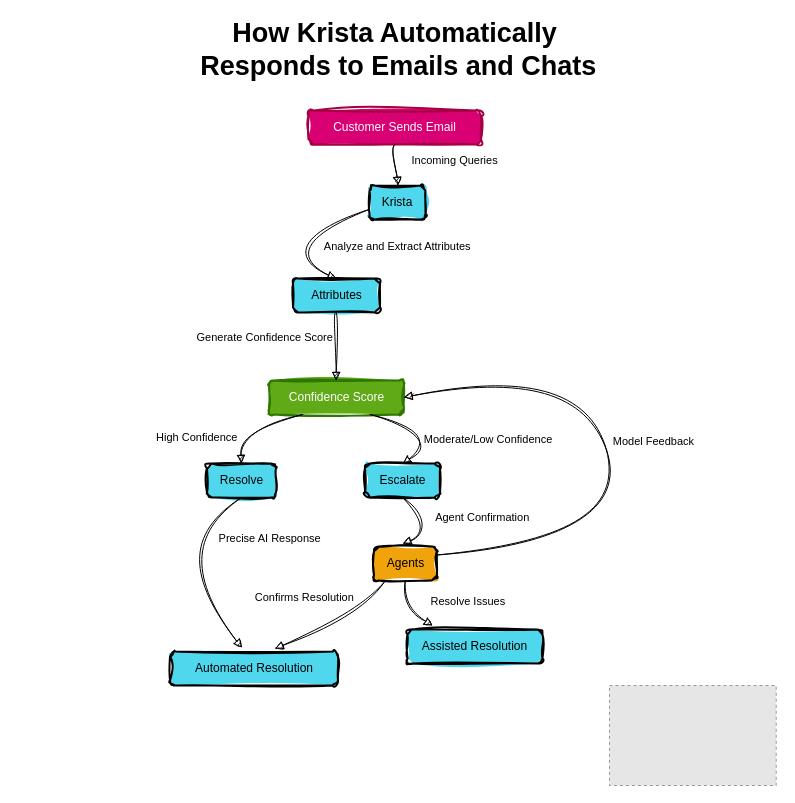
Earlier version of the draw.io diagram AI email reader.drawio (thescottking/Draw.io-Sketches). Source tidied: cells renumbered, new cells numbered last; positions are measured from the earlier drawing's top-left corner, leaving out a move shared by most shapes. Both pictures are drawn from the tidied source at 100%, with x=0, y=0 at pixel (160, 29). Pictures stored in the file or linked from it are replaced by grey dashed boxes.
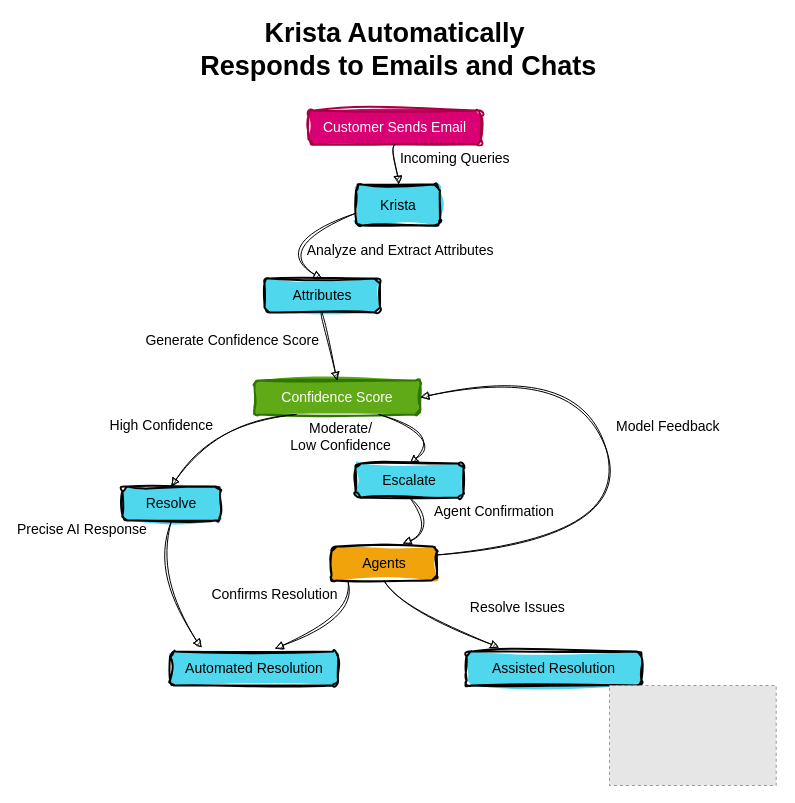
After the change.

Change to the diagram source:
```diff
@@
-    <mxCell id="2" value="Customer Sends Email" style="whiteSpace=wrap;strokeWidth=2;labelBackgroundColor=none;sketch=1;curveFitting=1;jiggle=2;rounded=1;fillColor=#d80073;fontColor=#ffffff;strokeColor=#A50040;fillStyle=solid;" parent="1" vertex="1">
+    <mxCell id="2" value="Customer Sends Email" style="whiteSpace=wrap;strokeWidth=2;labelBackgroundColor=none;sketch=1;curveFitting=1;jiggle=2;rounded=1;fillColor=#d80073;fontColor=#ffffff;strokeColor=#A50040;fillStyle=solid;fontSize=14;" parent="1" vertex="1">
       <mxGeometry x="148" y="81" width="172.5" height="34" as="geometry" />
     </mxCell>
-    <mxCell id="3" value="Krista" style="whiteSpace=wrap;strokeWidth=2;labelBackgroundColor=none;sketch=1;curveFitting=1;jiggle=2;rounded=1;fillStyle=solid;fillColor=#4fd7ed;" parent="1" vertex="1">
-      <mxGeometry x="209" y="156" width="56" height="34" as="geometry" />
+    <mxCell id="3" value="Krista" style="whiteSpace=wrap;strokeWidth=2;labelBackgroundColor=none;sketch=1;curveFitting=1;jiggle=2;rounded=1;fillStyle=solid;fillColor=#4fd7ed;fontSize=14;" parent="1" vertex="1">
+      <mxGeometry x="195.5" y="155" width="84" height="41" as="geometry" />
     </mxCell>
-    <mxCell id="4" value="Attributes" style="whiteSpace=wrap;strokeWidth=2;labelBackgroundColor=none;sketch=1;curveFitting=1;jiggle=2;rounded=1;fillColor=#4FD7ED;fillStyle=solid;" parent="1" vertex="1">
-      <mxGeometry x="132.5" y="249" width="87" height="34" as="geometry" />
+    <mxCell id="4" value="Attributes" style="whiteSpace=wrap;strokeWidth=2;labelBackgroundColor=none;sketch=1;curveFitting=1;jiggle=2;rounded=1;fillColor=#4FD7ED;fillStyle=solid;fontSize=14;" parent="1" vertex="1">
+      <mxGeometry x="104" y="249" width="115.5" height="34" as="geometry" />
     </mxCell>
-    <mxCell id="5" value="Confidence Score" style="whiteSpace=wrap;strokeWidth=2;labelBackgroundColor=none;sketch=1;curveFitting=1;jiggle=2;rounded=1;fillColor=#60a917;fontColor=#ffffff;strokeColor=#2D7600;fillStyle=solid;" parent="1" vertex="1">
-      <mxGeometry x="108.5" y="351" width="135" height="34" as="geometry" />
+    <mxCell id="5" value="Confidence Score" style="whiteSpace=wrap;strokeWidth=2;labelBackgroundColor=none;sketch=1;curveFitting=1;jiggle=2;rounded=1;fillColor=#60a917;fontColor=#ffffff;strokeColor=#2D7600;fillStyle=solid;fontSize=14;" parent="1" vertex="1">
+      <mxGeometry x="94" y="351" width="166" height="34" as="geometry" />
     </mxCell>
-    <mxCell id="6" value="Resolve" style="whiteSpace=wrap;strokeWidth=2;labelBackgroundColor=none;sketch=1;curveFitting=1;jiggle=2;rounded=1;fillColor=#4fd7ed;fontColor=#050505;strokeColor=#050505;fillStyle=solid;" parent="1" vertex="1">
-      <mxGeometry x="46.5" y="434" width="69" height="34" as="geometry" />
+    <mxCell id="6" value="Resolve" style="whiteSpace=wrap;strokeWidth=2;labelBackgroundColor=none;sketch=1;curveFitting=1;jiggle=2;rounded=1;fillColor=#4fd7ed;fontColor=#050505;strokeColor=#050505;fillStyle=solid;fontSize=14;" parent="1" vertex="1">
+      <mxGeometry x="-38" y="457" width="98" height="34" as="geometry" />
     </mxCell>
-    <mxCell id="7" value="Agents" style="whiteSpace=wrap;strokeWidth=2;labelBackgroundColor=none;sketch=1;curveFitting=1;jiggle=2;rounded=1;fillColor=#f0a30a;fontColor=#000000;strokeColor=#000000;fillStyle=solid;" parent="1" vertex="1">
-      <mxGeometry x="213.5" y="517" width="63" height="34" as="geometry" />
+    <mxCell id="7" value="Agents" style="whiteSpace=wrap;strokeWidth=2;labelBackgroundColor=none;sketch=1;curveFitting=1;jiggle=2;rounded=1;fillColor=#f0a30a;fontColor=#000000;strokeColor=#000000;fillStyle=solid;fontSize=14;" parent="1" vertex="1">
+      <mxGeometry x="171" y="517" width="105.5" height="34" as="geometry" />
     </mxCell>
-    <mxCell id="8" value="Automated Resolution" style="whiteSpace=wrap;strokeWidth=2;labelBackgroundColor=none;sketch=1;curveFitting=1;jiggle=2;rounded=1;fillColor=#4FD7ED;fillStyle=solid;" parent="1" vertex="1">
+    <mxCell id="8" value="Automated Resolution" style="whiteSpace=wrap;strokeWidth=2;labelBackgroundColor=none;sketch=1;curveFitting=1;jiggle=2;rounded=1;fillColor=#4FD7ED;fillStyle=solid;fontSize=14;" parent="1" vertex="1">
       <mxGeometry x="9.5" y="622" width="168" height="34" as="geometry" />
     </mxCell>
-    <mxCell id="9" value="Assisted Resolution" style="whiteSpace=wrap;strokeWidth=2;labelBackgroundColor=none;sketch=1;curveFitting=1;jiggle=2;rounded=1;fillColor=#4FD7ED;fillStyle=solid;" parent="1" vertex="1">
-      <mxGeometry x="247" y="600" width="135" height="34" as="geometry" />
+    <mxCell id="9" value="Assisted Resolution" style="whiteSpace=wrap;strokeWidth=2;labelBackgroundColor=none;sketch=1;curveFitting=1;jiggle=2;rounded=1;fillColor=#4FD7ED;fillStyle=solid;fontSize=14;" parent="1" vertex="1">
+      <mxGeometry x="306" y="622" width="175" height="34" as="geometry" />
     </mxCell>
-    <mxCell id="10" value="Incoming Queries" style="curved=1;startArrow=none;endArrow=block;exitX=0.49966271335341367;exitY=0.9852941176470589;entryX=0.5074288504464286;entryY=0;rounded=1;labelBackgroundColor=none;fontColor=default;sketch=1;curveFitting=1;jiggle=2;" parent="1" edge="1" source="2" target="3">
+    <mxCell id="10" value="Incoming Queries" style="curved=1;startArrow=none;endArrow=block;exitX=0.49966271335341367;exitY=0.9852941176470589;entryX=0.5074288504464286;entryY=0;rounded=1;labelBackgroundColor=none;fontColor=default;sketch=1;curveFitting=1;jiggle=2;fontSize=14;" parent="1" edge="1" source="2" target="3">
       <mxGeometry x="-0.04" y="59" relative="1" as="geometry" />
     </mxCell>
-    <mxCell id="11" value="Analyze and Extract Attributes" style="curved=1;startArrow=none;endArrow=block;exitX=0.005475725446428571;exitY=0.6971389077564547;entryX=0.4968570402298851;entryY=0;rounded=1;labelBackgroundColor=none;fontColor=default;sketch=1;curveFitting=1;jiggle=2;" parent="1" edge="1" source="3" target="4">
-      <mxGeometry x="-1" y="47" relative="1" as="geometry">
+    <mxCell id="11" value="Analyze and Extract Attributes" style="curved=1;startArrow=none;endArrow=block;exitX=0.005475725446428571;exitY=0.6971389077564547;entryX=0.4968570402298851;entryY=0;rounded=1;labelBackgroundColor=none;fontColor=default;sketch=1;curveFitting=1;jiggle=2;fontSize=14;" parent="1" edge="1" source="3" target="4">
+      <mxGeometry x="-1" y="57" relative="1" as="geometry">
         <Array as="points">
           <mxPoint x="107" y="220" />
         </Array>
-        <mxPoint x="11" y="-7" as="offset" />
+        <mxPoint x="23" y="-16" as="offset" />
       </mxGeometry>
     </mxCell>
-    <mxCell id="12" value="Generate Confidence Score" style="curved=1;startArrow=none;endArrow=block;exitX=0.4968570402298851;exitY=0.9852941176470589;entryX=0.49797453703703703;entryY=0;rounded=1;labelBackgroundColor=none;fontColor=default;sketch=1;curveFitting=1;jiggle=2;" parent="1" edge="1" source="4" target="5">
-      <mxGeometry x="-0.29" y="-71" relative="1" as="geometry" />
+    <mxCell id="12" value="Generate Confidence Score" style="curved=1;startArrow=none;endArrow=block;exitX=0.4968570402298851;exitY=0.9852941176470589;entryX=0.49797453703703703;entryY=0;rounded=1;labelBackgroundColor=none;fontColor=default;sketch=1;curveFitting=1;jiggle=2;fontSize=14;" parent="1" edge="1" source="4" target="5">
+      <mxGeometry x="-0.8" y="-93" relative="1" as="geometry" />
     </mxCell>
-    <mxCell id="13" value="Moderate/Low Confidence" style="curved=1;startArrow=none;endArrow=block;exitX=0.75;exitY=1;entryX=0.5013020833333334;entryY=0;rounded=1;labelBackgroundColor=none;fontColor=default;sketch=1;curveFitting=1;jiggle=2;exitDx=0;exitDy=0;" parent="1" edge="1" source="5" target="20">
-      <mxGeometry x="0.22" y="46" relative="1" as="geometry">
+    <mxCell id="13" value="Moderate/&#10;Low Confidence" style="curved=1;startArrow=none;endArrow=block;exitX=0.75;exitY=1;entryX=0.5013020833333334;entryY=0;rounded=1;labelBackgroundColor=none;fontColor=default;sketch=1;curveFitting=1;jiggle=2;exitDx=0;exitDy=0;fontSize=14;" parent="1" edge="1" source="5" target="20">
+      <mxGeometry x="-1" y="-43" relative="1" as="geometry">
         <Array as="points">
           <mxPoint x="282.5" y="407" />
         </Array>
-        <mxPoint x="20" y="-36" as="offset" />
+        <mxPoint x="-24" y="-19" as="offset" />
       </mxGeometry>
     </mxCell>
-    <mxCell id="14" value="High Confidence" style="curved=1;startArrow=none;endArrow=block;exitX=0.25;exitY=1;entryX=0.49685801630434784;entryY=0;rounded=1;labelBackgroundColor=none;fontColor=default;sketch=1;curveFitting=1;jiggle=2;exitDx=0;exitDy=0;" parent="1" edge="1" source="5" target="6">
+    <mxCell id="14" value="High Confidence" style="curved=1;startArrow=none;endArrow=block;exitX=0.25;exitY=1;entryX=0.49685801630434784;entryY=0;rounded=1;labelBackgroundColor=none;fontColor=default;sketch=1;curveFitting=1;jiggle=2;exitDx=0;exitDy=0;fontSize=14;" parent="1" edge="1" source="5" target="6">
       <mxGeometry x="0.43" y="-43" relative="1" as="geometry">
         <Array as="points">
-          <mxPoint x="79.5" y="402" />
+          <mxPoint x="55" y="393" />
         </Array>
       </mxGeometry>
     </mxCell>
-    <mxCell id="15" value="Agent Confirmation" style="curved=1;startArrow=none;endArrow=block;exitX=0.5013020833333334;exitY=0.9852941176470589;rounded=1;labelBackgroundColor=none;fontColor=default;sketch=1;curveFitting=1;jiggle=2;" parent="1" edge="1" source="20">
-      <mxGeometry x="0.13" y="47" relative="1" as="geometry">
+    <mxCell id="15" value="Agent Confirmation" style="curved=1;startArrow=none;endArrow=block;exitX=0.5013020833333334;exitY=0.9852941176470589;rounded=1;labelBackgroundColor=none;fontColor=default;sketch=1;curveFitting=1;jiggle=2;fontSize=14;" parent="1" edge="1" source="20">
+      <mxGeometry x="0.08" y="60" relative="1" as="geometry">
         <mxPoint x="242.5" y="514" as="targetPoint" />
         <Array as="points">
           <mxPoint x="277.5" y="501" />
         </Array>
-        <mxPoint x="28" y="-57" as="offset" />
+        <mxPoint x="36" y="-76" as="offset" />
       </mxGeometry>
     </mxCell>
-    <mxCell id="16" value="Precise AI Response" style="curved=1;startArrow=none;endArrow=block;exitX=0.5;exitY=1;entryX=0.429;entryY=-0.118;rounded=1;labelBackgroundColor=none;fontColor=default;sketch=1;curveFitting=1;jiggle=2;exitDx=0;exitDy=0;entryDx=0;entryDy=0;entryPerimeter=0;" parent="1" edge="1" source="6" target="8">
-      <mxGeometry x="-1" y="49" relative="1" as="geometry">
+    <mxCell id="16" value="Precise AI Response" style="curved=1;startArrow=none;endArrow=block;exitX=0.5;exitY=1;entryX=0.188;entryY=-0.118;rounded=1;labelBackgroundColor=none;fontColor=default;sketch=1;curveFitting=1;jiggle=2;exitDx=0;exitDy=0;entryDx=0;entryDy=0;entryPerimeter=0;fontSize=14;" parent="1" edge="1" source="6" target="8">
+      <mxGeometry x="-0.13" y="-61" relative="1" as="geometry">
         <Array as="points">
-          <mxPoint x="0.5" y="523" />
+          <mxPoint x="-8" y="553" />
         </Array>
-        <mxPoint x="1" as="offset" />
+        <mxPoint x="-12" y="-35" as="offset" />
       </mxGeometry>
     </mxCell>
-    <mxCell id="17" value="Resolve Issues" style="curved=1;startArrow=none;endArrow=block;exitX=0.49655877976190477;exitY=0.9852941176470589;entryX=0.185;entryY=-0.118;rounded=1;labelBackgroundColor=none;fontColor=default;sketch=1;curveFitting=1;jiggle=2;entryDx=0;entryDy=0;entryPerimeter=0;" parent="1" edge="1" source="7" target="9">
-      <mxGeometry x="1" y="44" relative="1" as="geometry">
+    <mxCell id="17" value="Resolve Issues" style="curved=1;startArrow=none;endArrow=block;exitX=0.49655877976190477;exitY=0.9852941176470589;entryX=0.185;entryY=-0.118;rounded=1;labelBackgroundColor=none;fontColor=default;sketch=1;curveFitting=1;jiggle=2;entryDx=0;entryDy=0;entryPerimeter=0;fontSize=14;" parent="1" edge="1" source="7" target="9">
+      <mxGeometry x="1" y="46" relative="1" as="geometry">
         <Array as="points">
           <mxPoint x="244.5" y="579" />
         </Array>
-        <mxPoint x="13" y="13" as="offset" />
+        <mxPoint x="1" y="1" as="offset" />
       </mxGeometry>
     </mxCell>
-    <mxCell id="18" value="Model Feedback" style="curved=1;startArrow=none;endArrow=block;exitX=1;exitY=0.25;entryX=1;entryY=0.5;rounded=1;labelBackgroundColor=none;fontColor=default;sketch=1;curveFitting=1;jiggle=2;exitDx=0;exitDy=0;entryDx=0;entryDy=0;" parent="1" edge="1" source="7" target="5">
-      <mxGeometry x="0.01" y="-48" relative="1" as="geometry">
+    <mxCell id="18" value="Model Feedback" style="curved=1;startArrow=none;endArrow=block;exitX=1;exitY=0.25;entryX=1;entryY=0.5;rounded=1;labelBackgroundColor=none;fontColor=default;sketch=1;curveFitting=1;jiggle=2;exitDx=0;exitDy=0;entryDx=0;entryDy=0;fontSize=14;" parent="1" edge="1" source="7" target="5">
+      <mxGeometry x="0.08" y="-66" relative="1" as="geometry">
         <Array as="points">
           <mxPoint x="471.5" y="510" />
           <mxPoint x="420.5" y="331" />
         </Array>
       </mxGeometry>
     </mxCell>
@@
-    <mxCell id="20" value="Escalate" style="whiteSpace=wrap;strokeWidth=2;labelBackgroundColor=none;sketch=1;curveFitting=1;jiggle=2;rounded=1;fillColor=#4FD7ED;fillStyle=solid;" parent="1" vertex="1">
-      <mxGeometry x="204.5" y="434" width="75" height="34" as="geometry" />
+    <mxCell id="20" value="Escalate" style="whiteSpace=wrap;strokeWidth=2;labelBackgroundColor=none;sketch=1;curveFitting=1;jiggle=2;rounded=1;fillColor=#4FD7ED;fillStyle=solid;fontSize=14;" parent="1" vertex="1">
+      <mxGeometry x="195" y="434" width="108" height="34" as="geometry" />
     </mxCell>
-    <mxCell id="21" value="How Krista Automatically&lt;br&gt;&amp;nbsp;Responds to Emails and Chats" style="text;strokeColor=none;fillColor=none;html=1;fontSize=27;fontStyle=1;verticalAlign=middle;align=center;fontFamily=Helvetica;" parent="1" vertex="1">
+    <mxCell id="21" value="Krista Automatically&lt;br&gt;&amp;nbsp;Responds to Emails and Chats" style="text;strokeColor=none;fillColor=none;html=1;fontSize=27;fontStyle=1;verticalAlign=middle;align=center;fontFamily=Helvetica;" parent="1" vertex="1">
       <mxGeometry x="154.2" width="160" height="40" as="geometry" />
     </mxCell>
-    <mxCell id="22" value="Confirms Resolution" style="curved=1;startArrow=none;endArrow=block;entryX=0.625;entryY=-0.088;rounded=1;labelBackgroundColor=none;fontColor=default;sketch=1;curveFitting=1;jiggle=2;entryDx=0;entryDy=0;entryPerimeter=0;exitX=0.159;exitY=1.059;exitDx=0;exitDy=0;exitPerimeter=0;" parent="1" edge="1" source="7" target="8">
-      <mxGeometry x="0.28" y="-37" relative="1" as="geometry">
+    <mxCell id="22" value="Confirms Resolution" style="curved=1;startArrow=none;endArrow=block;entryX=0.625;entryY=-0.088;rounded=1;labelBackgroundColor=none;fontColor=default;sketch=1;curveFitting=1;jiggle=2;entryDx=0;entryDy=0;entryPerimeter=0;exitX=0.159;exitY=1.059;exitDx=0;exitDy=0;exitPerimeter=0;fontSize=14;" parent="1" edge="1" source="7" target="8">
+      <mxGeometry x="0.66" y="-51" relative="1" as="geometry">
         <Array as="points">
           <mxPoint x="196.5" y="586" />
         </Array>
       </mxGeometry>
     </mxCell>
```
